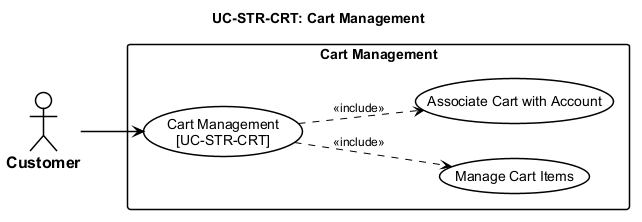
Earlier version of the PlantUML export thesis/figures/chapters/part2/ch2-design/02-use-cases/diagrams/P2S2.2.2_usecase-cart-management.png (qingfa-dev/ReSys.Shop).
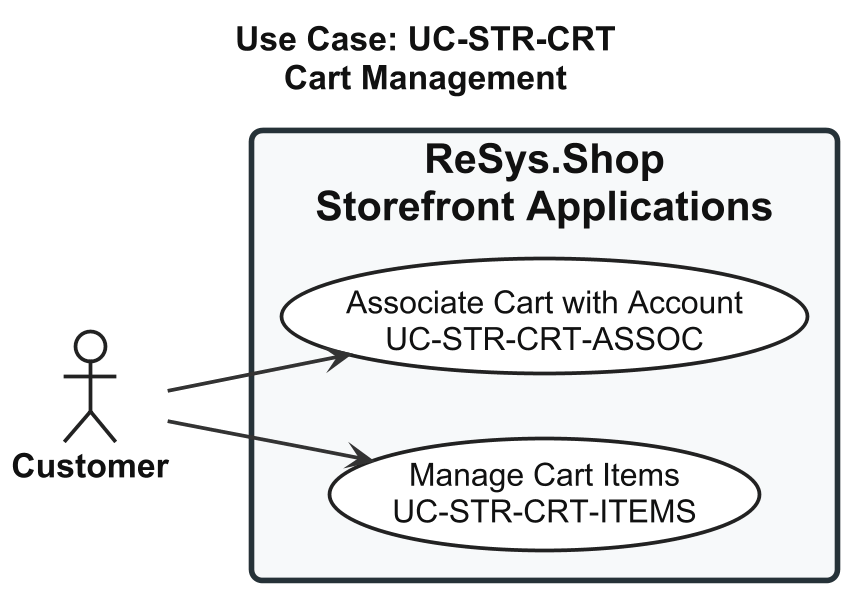
The same file after the commit.

Change to the diagram source:
```diff
@@ -1,51 +1,74 @@
 @startuml usecase-cart-management
+
 left to right direction
 
+skinparam shadowing false
+skinparam dpi 180
+
 <style>
-  root {
-    FontName "Arial"
-    FontSize 14
-    Shadowing 0
-  }
-  actor {
-    BackGroundColor #FFFFFF
-    LineColor #000000
-    LineThickness 1.5
-    FontColor #000000
-    FontStyle bold
-    FontSize 16
-  }
-  usecase {
-    BackGroundColor #FFFFFF
-    LineColor #000000
-    LineThickness 1.5
-    FontColor #000000
-  }
-  rectangle {
-    BackGroundColor #FFFFFF
-    LineColor #000000
-    LineThickness 1.5
-    FontStyle bold
-  }
-  arrow {
-    LineColor #000000
-    LineThickness 1.5
-    FontSize 12
-  }
-</style>
-title UC-STR-CRT: Cart Management
 
-actor "Customer" as Cust
-
-rectangle "Cart Management" {
-  usecase "Cart Management\n[UC-STR-CRT]" as UC_MAIN
-  usecase "Manage Cart Items" as UC_ITEMS
-  usecase "Associate Cart with Account" as UC_ASSOCIATE
-
-  UC_MAIN ..> UC_ITEMS : <<include>>
-  UC_MAIN ..> UC_ASSOCIATE : <<include>>
+root {
+  FontName "Arial"
+  FontSize 18
+  FontColor #111111
 }
 
-Cust --> UC_MAIN
+actor {
+  FontName "Arial"
+  FontSize 18
+  FontStyle bold
+  FontColor #111111
+  BackgroundColor #FFFFFF
+  LineColor #222222
+  LineThickness 2
+}
+
+usecase {
+  FontName "Arial"
+  FontSize 17
+  FontColor #111111
+  FontStyle plain
+  BackgroundColor #FFFFFF
+  LineColor #222222
+  LineThickness 2
+  Padding 18
+}
+
+rectangle {
+  FontName "Arial"
+  FontSize 22
+  FontStyle bold
+  FontColor #111111
+  BackgroundColor #F7F9FA
+  LineColor #263238
+  LineThickness 3
+  RoundCorner 12
+  Padding 30
+}
+
+arrow {
+  FontName "Arial"
+  FontSize 15
+  FontColor #111111
+  LineColor #333333
+  LineThickness 2
+}
+
+</style>
+
+title Use Case: UC-STR-CRT\nCart Management
+
+actor "Customer" as Customer
+
+rectangle "ReSys.Shop\nStorefront Applications" {
+
+  usecase "Manage Cart Items\nUC-STR-CRT-ITEMS" as UC_ITEMS
+
+  usecase "Associate Cart with Account\nUC-STR-CRT-ASSOC" as UC_ASSOCIATE
+
+}
+
+Customer --> UC_ITEMS
+Customer --> UC_ASSOCIATE
 
 @enduml
```
